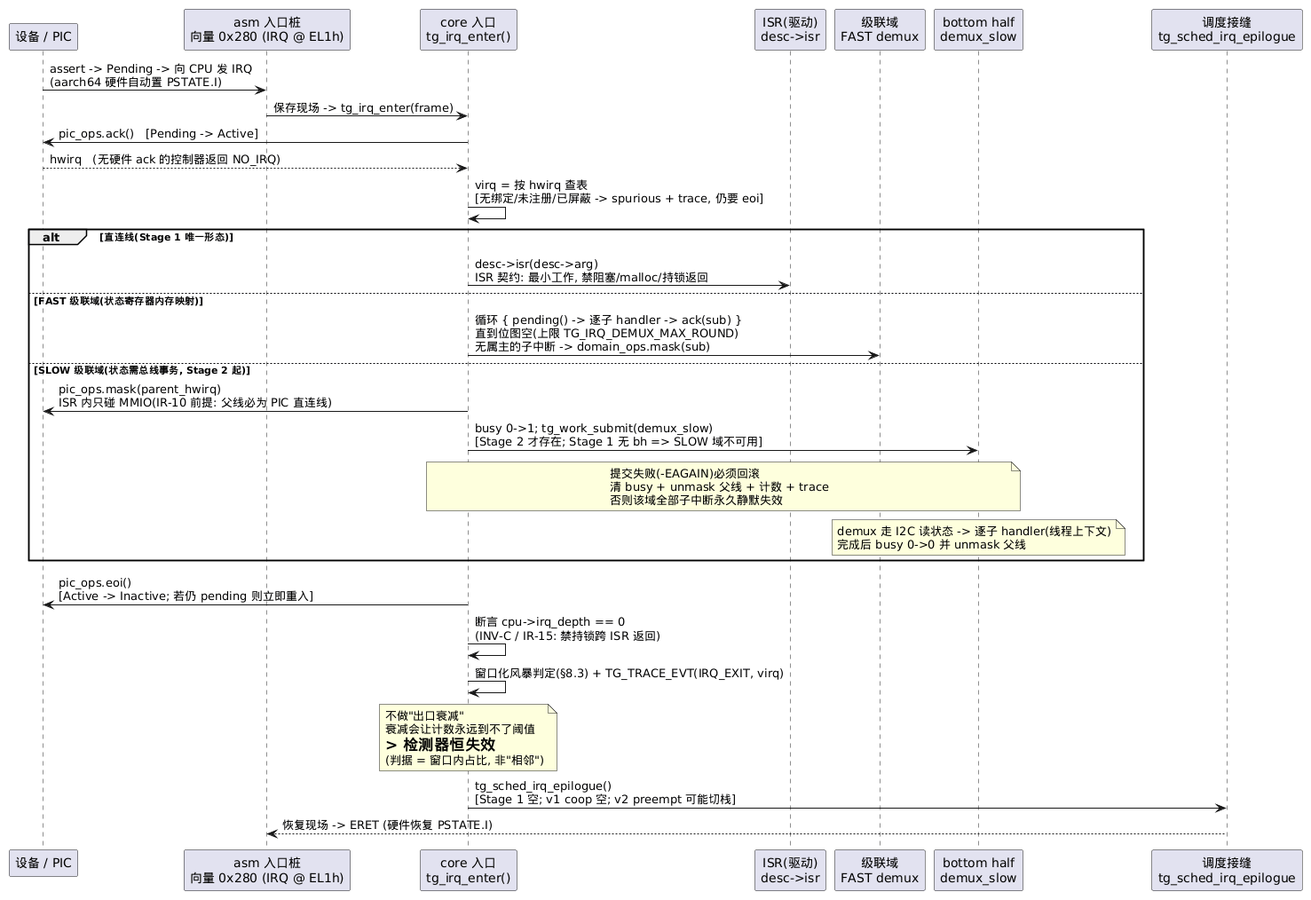
Above: docs/3-os-core/pics/3-02-int-04.png in zhuyh4n9/brickOS (PlantUML), before the change.
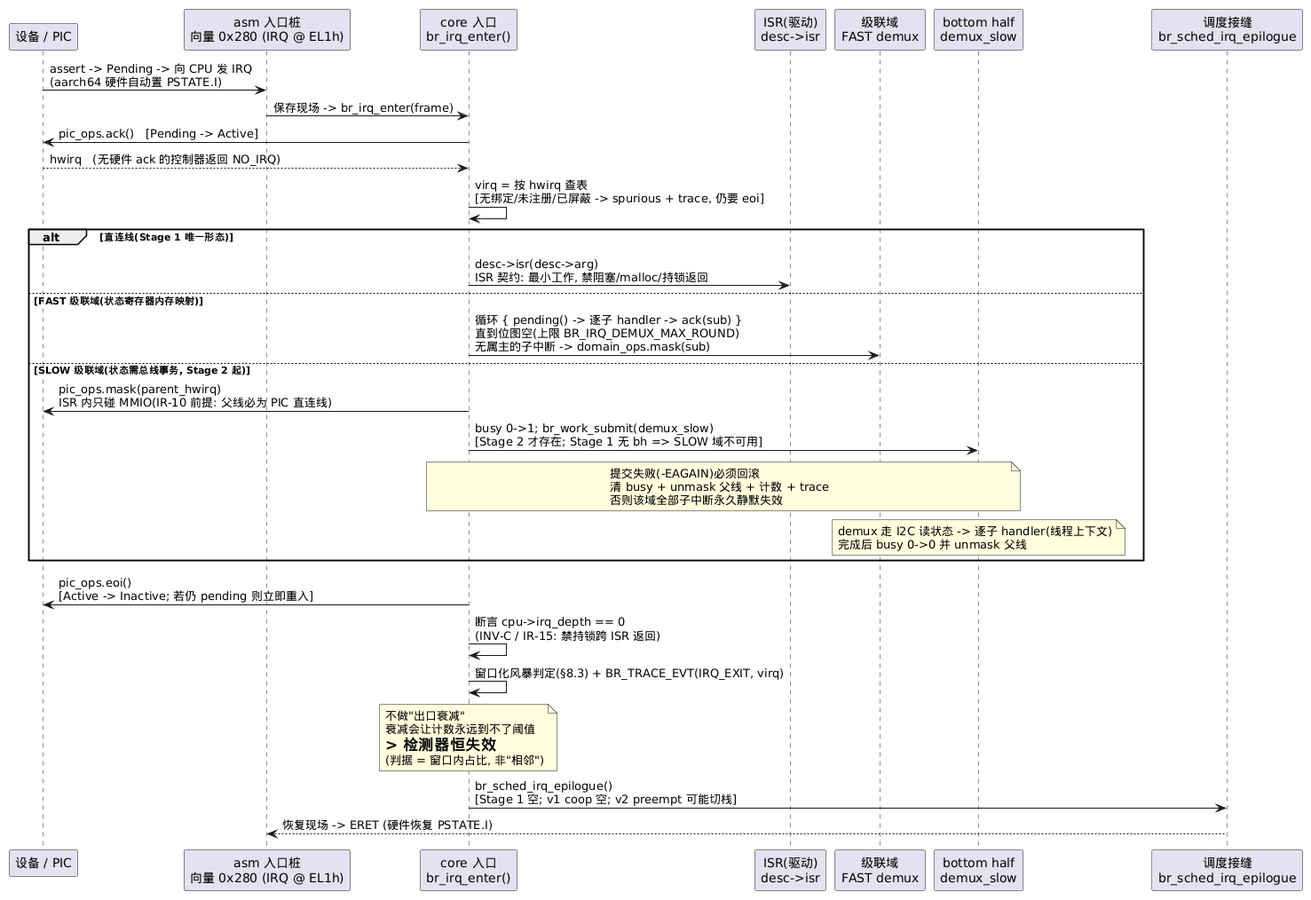
The same diagram one commit later.

What changed in the source:
```diff
@@ -4,14 +4,14 @@
 
 participant "设备 / PIC" as HW
 participant "asm 入口桩\n向量 0x280 (IRQ @ EL1h)" as ASM
-participant "core 入口\ntg_irq_enter()" as CORE
+participant "core 入口\nbr_irq_enter()" as CORE
 participant "ISR(驱动)\ndesc->isr" as ISR
 participant "级联域\nFAST demux" as DOM
 participant "bottom half\ndemux_slow" as BH
-participant "调度接缝\ntg_sched_irq_epilogue" as EPI
+participant "调度接缝\nbr_sched_irq_epilogue" as EPI
 
 HW -> ASM : assert -> Pending -> 向 CPU 发 IRQ\n(aarch64 硬件自动置 PSTATE.I)
-ASM -> CORE : 保存现场 -> tg_irq_enter(frame)
+ASM -> CORE : 保存现场 -> br_irq_enter(frame)
 CORE -> HW : pic_ops.ack()   [Pending -> Active]
 HW --> CORE : hwirq   (无硬件 ack 的控制器返回 NO_IRQ)
 CORE -> CORE : virq = 按 hwirq 查表\n[无绑定/未注册/已屏蔽 -> spurious + trace, 仍要 eoi]
@@ -19,10 +19,10 @@
 alt 直连线(Stage 1 唯一形态)
   CORE -> ISR : desc->isr(desc->arg)\nISR 契约: 最小工作, 禁阻塞/malloc/持锁返回
 else FAST 级联域(状态寄存器内存映射)
-  CORE -> DOM : 循环 { pending() -> 逐子 handler -> ack(sub) }\n直到位图空(上限 TG_IRQ_DEMUX_MAX_ROUND)\n无属主的子中断 -> domain_ops.mask(sub)
+  CORE -> DOM : 循环 { pending() -> 逐子 handler -> ack(sub) }\n直到位图空(上限 BR_IRQ_DEMUX_MAX_ROUND)\n无属主的子中断 -> domain_ops.mask(sub)
 else SLOW 级联域(状态需总线事务, Stage 2 起)
   CORE -> HW : pic_ops.mask(parent_hwirq)\nISR 内只碰 MMIO(IR-10 前提: 父线必为 PIC 直连线)
-  CORE -> BH : busy 0->1; tg_work_submit(demux_slow)\n[Stage 2 才存在; Stage 1 无 bh => SLOW 域不可用]
+  CORE -> BH : busy 0->1; br_work_submit(demux_slow)\n[Stage 2 才存在; Stage 1 无 bh => SLOW 域不可用]
   note over CORE, BH
     提交失败(-EAGAIN)必须回滚
     清 busy + unmask 父线 + 计数 + trace
@@ -33,13 +33,13 @@
 
 CORE -> HW : pic_ops.eoi()\n[Active -> Inactive; 若仍 pending 则立即重入]
 CORE -> CORE : 断言 cpu->irq_depth == 0\n(INV-C / IR-15: 禁持锁跨 ISR 返回)
-CORE -> CORE : 窗口化风暴判定(§8.3) + TG_TRACE_EVT(IRQ_EXIT, virq)
+CORE -> CORE : 窗口化风暴判定(§8.3) + BR_TRACE_EVT(IRQ_EXIT, virq)
 note over CORE
   不做"出口衰减"
   衰减会让计数永远到不了阈值
   => 检测器恒失效
   (判据 = 窗口内占比, 非"相邻")
 end note
-CORE -> EPI : tg_sched_irq_epilogue()\n[Stage 1 空; v1 coop 空; v2 preempt 可能切栈]
+CORE -> EPI : br_sched_irq_epilogue()\n[Stage 1 空; v1 coop 空; v2 preempt 可能切栈]
 EPI --> ASM : 恢复现场 -> ERET (硬件恢复 PSTATE.I)
 @enduml
```
